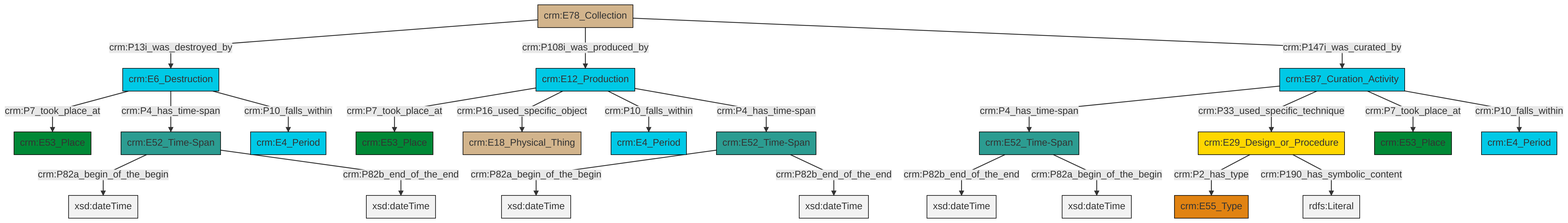
This is et/archivalCSV/ttl/mmd/png/archival_existence.png from swiss-art-research-net/docs.swissartresearch, a Mermaid export, as it was before one commit. Its source is kept beside it as et/archivalCSV/ttl/mmd/archival_existence.ttl.mmd.
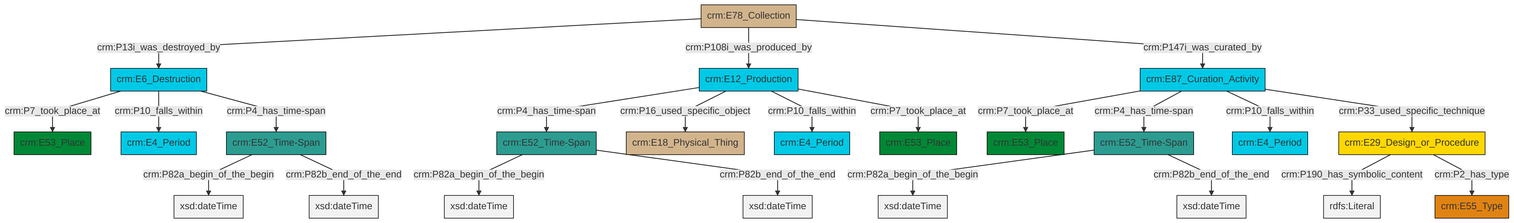
Later version of the same file.

What changed in the source:
```diff
@@ -13,25 +13,25 @@
 classDef PC_Classes fill:#4ce600, stroke:#000000;
 classDef Multi fill:#cccccc,stroke:#000000;
 
-0["crm:E6_Destruction"]:::Temporal_Entity -->|crm:P7_took_place_at| 1["crm:E53_Place"]:::Place
-4["crm:E52_Time-Span"]:::Time-Span -->|crm:P82a_begin_of_the_begin| 5[xsd:dateTime]:::Literal
-9["crm:E29_Design_or_Procedure"]:::Conceptual_Object -->|crm:P2_has_type| 7["crm:E55_Type"]:::Type
-14["crm:E52_Time-Span"]:::Time-Span -->|crm:P82b_end_of_the_end| 15[xsd:dateTime]:::Literal
-16["crm:E78_Collection"]:::Physical_Thing -->|crm:P13i_was_destroyed_by| 0["crm:E6_Destruction"]:::Temporal_Entity
-12["crm:E52_Time-Span"]:::Time-Span -->|crm:P82a_begin_of_the_begin| 17[xsd:dateTime]:::Literal
-0["crm:E6_Destruction"]:::Temporal_Entity -->|crm:P4_has_time-span| 4["crm:E52_Time-Span"]:::Time-Span
-19["crm:E87_Curation_Activity"]:::Temporal_Entity -->|crm:P4_has_time-span| 14["crm:E52_Time-Span"]:::Time-Span
-0["crm:E6_Destruction"]:::Temporal_Entity -->|crm:P10_falls_within| 2["crm:E4_Period"]:::Temporal_Entity
-19["crm:E87_Curation_Activity"]:::Temporal_Entity -->|crm:P33_used_specific_technique| 9["crm:E29_Design_or_Procedure"]:::Conceptual_Object
-27["crm:E12_Production"]:::Temporal_Entity -->|crm:P7_took_place_at| 10["crm:E53_Place"]:::Place
-16["crm:E78_Collection"]:::Physical_Thing -->|crm:P108i_was_produced_by| 27["crm:E12_Production"]:::Temporal_Entity
-14["crm:E52_Time-Span"]:::Time-Span -->|crm:P82a_begin_of_the_begin| 28[xsd:dateTime]:::Literal
-19["crm:E87_Curation_Activity"]:::Temporal_Entity -->|crm:P7_took_place_at| 30["crm:E53_Place"]:::Place
-27["crm:E12_Production"]:::Temporal_Entity -->|crm:P16_used_specific_object| 31["crm:E18_Physical_Thing"]:::Physical_Thing
-27["crm:E12_Production"]:::Temporal_Entity -->|crm:P10_falls_within| 22["crm:E4_Period"]:::Temporal_Entity
-9["crm:E29_Design_or_Procedure"]:::Conceptual_Object -->|crm:P190_has_symbolic_content| 33[rdfs:Literal]:::Literal
-12["crm:E52_Time-Span"]:::Time-Span -->|crm:P82b_end_of_the_end| 37[xsd:dateTime]:::Literal
-4["crm:E52_Time-Span"]:::Time-Span -->|crm:P82b_end_of_the_end| 38[xsd:dateTime]:::Literal
-27["crm:E12_Production"]:::Temporal_Entity -->|crm:P4_has_time-span| 12["crm:E52_Time-Span"]:::Time-Span
-19["crm:E87_Curation_Activity"]:::Temporal_Entity -->|crm:P10_falls_within| 25["crm:E4_Period"]:::Temporal_Entity
-16["crm:E78_Collection"]:::Physical_Thing -->|crm:P147i_was_curated_by| 19["crm:E87_Curation_Activity"]:::Temporal_Entity
+0["crm:E78_Collection"]:::Physical_Thing -->|crm:P13i_was_destroyed_by| 1["crm:E6_Destruction"]:::Temporal_Entity
+2["crm:E87_Curation_Activity"]:::Temporal_Entity -->|crm:P7_took_place_at| 3["crm:E53_Place"]:::Place
+4["crm:E29_Design_or_Procedure"]:::Conceptual_Object -->|crm:P190_has_symbolic_content| 5[rdfs:Literal]:::Literal
+6["crm:E52_Time-Span"]:::Time-Span -->|crm:P82a_begin_of_the_begin| 7[xsd:dateTime]:::Literal
+0["crm:E78_Collection"]:::Physical_Thing -->|crm:P108i_was_produced_by| 11["crm:E12_Production"]:::Temporal_Entity
+1["crm:E6_Destruction"]:::Temporal_Entity -->|crm:P7_took_place_at| 14["crm:E53_Place"]:::Place
+11["crm:E12_Production"]:::Temporal_Entity -->|crm:P4_has_time-span| 6["crm:E52_Time-Span"]:::Time-Span
+0["crm:E78_Collection"]:::Physical_Thing -->|crm:P147i_was_curated_by| 2["crm:E87_Curation_Activity"]:::Temporal_Entity
+2["crm:E87_Curation_Activity"]:::Temporal_Entity -->|crm:P4_has_time-span| 16["crm:E52_Time-Span"]:::Time-Span
+11["crm:E12_Production"]:::Temporal_Entity -->|crm:P16_used_specific_object| 17["crm:E18_Physical_Thing"]:::Physical_Thing
+20["crm:E52_Time-Span"]:::Time-Span -->|crm:P82a_begin_of_the_begin| 21[xsd:dateTime]:::Literal
+16["crm:E52_Time-Span"]:::Time-Span -->|crm:P82a_begin_of_the_begin| 23[xsd:dateTime]:::Literal
+11["crm:E12_Production"]:::Temporal_Entity -->|crm:P10_falls_within| 12["crm:E4_Period"]:::Temporal_Entity
+20["crm:E52_Time-Span"]:::Time-Span -->|crm:P82b_end_of_the_end| 24[xsd:dateTime]:::Literal
+2["crm:E87_Curation_Activity"]:::Temporal_Entity -->|crm:P10_falls_within| 25["crm:E4_Period"]:::Temporal_Entity
+11["crm:E12_Production"]:::Temporal_Entity -->|crm:P7_took_place_at| 26["crm:E53_Place"]:::Place
+1["crm:E6_Destruction"]:::Temporal_Entity -->|crm:P10_falls_within| 18["crm:E4_Period"]:::Temporal_Entity
+2["crm:E87_Curation_Activity"]:::Temporal_Entity -->|crm:P33_used_specific_technique| 4["crm:E29_Design_or_Procedure"]:::Conceptual_Object
+1["crm:E6_Destruction"]:::Temporal_Entity -->|crm:P4_has_time-span| 20["crm:E52_Time-Span"]:::Time-Span
+16["crm:E52_Time-Span"]:::Time-Span -->|crm:P82b_end_of_the_end| 28[xsd:dateTime]:::Literal
+4["crm:E29_Design_or_Procedure"]:::Conceptual_Object -->|crm:P2_has_type| 9["crm:E55_Type"]:::Type
+6["crm:E52_Time-Span"]:::Time-Span -->|crm:P82b_end_of_the_end| 32[xsd:dateTime]:::Literal
```
